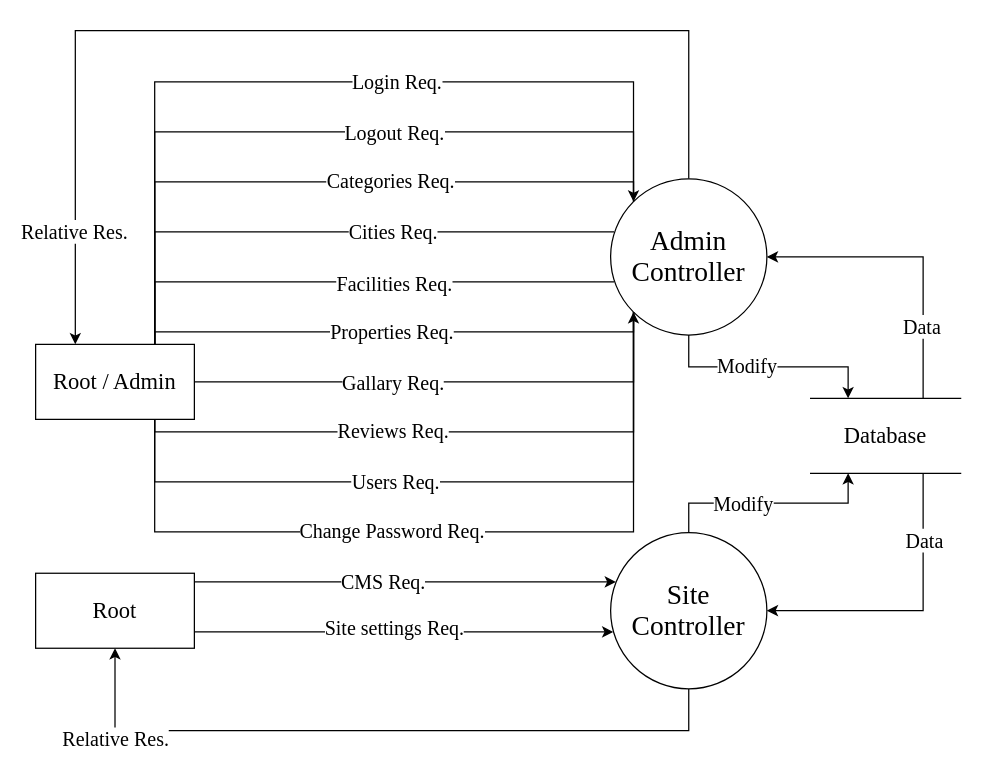
This is Documentation/diags/Diagrams/root_1.drawio from Suzuki0916/Real_Estate_Site, a draw.io file, before an edit. Source tidied: cells renumbered, new cells numbered last; positions are measured from the earlier drawing's top-left corner, leaving out a move shared by most shapes. Both pictures are drawn from the tidied source at 125%, with x=0, y=0 at pixel (35, 30).
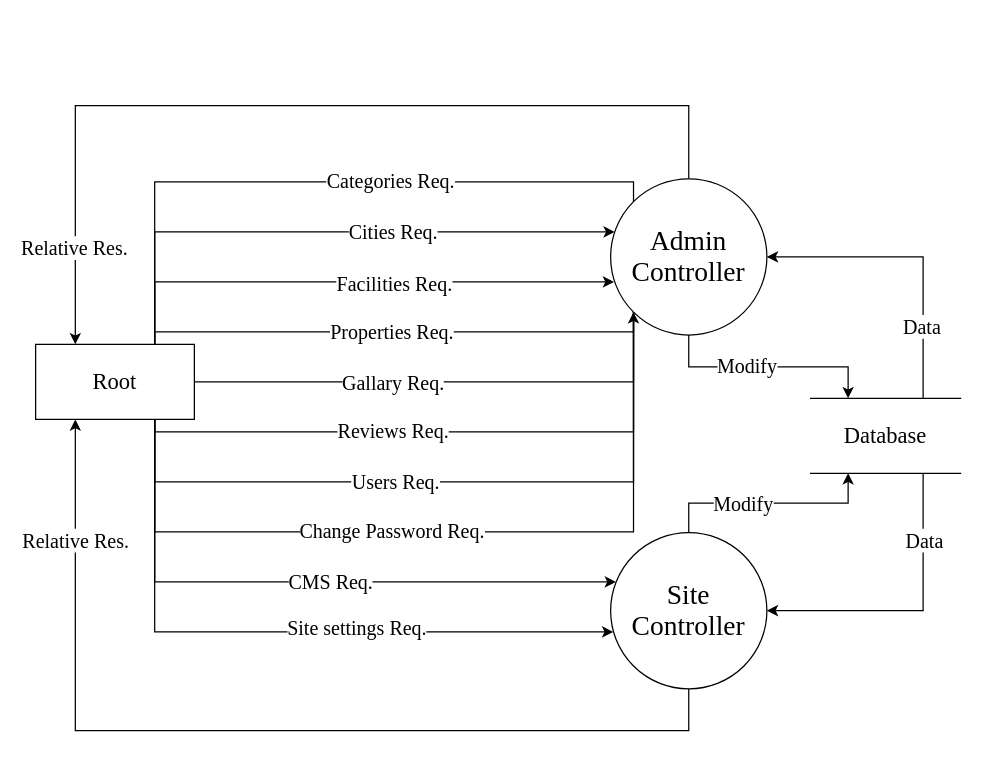
After the change.

Unchanged cells that the change refers to:
```xml
<mxCell id="6" value="&lt;p&gt;&lt;span style=&quot;font-size: 22px ; line-height: 1.1&quot;&gt;Admin Controller&lt;/span&gt;&lt;/p&gt;" style="ellipse;whiteSpace=wrap;html=1;shadow=0;sketch=0;rotation=0;fontFamily=Times New Roman;" parent="1" vertex="1">
  <mxGeometry x="460" y="118.5" width="125" height="125" as="geometry" />
</mxCell>
<mxCell id="17" value="&lt;p&gt;&lt;span style=&quot;font-size: 22px ; line-height: 1.1&quot;&gt;Site Controller&lt;/span&gt;&lt;/p&gt;" style="ellipse;whiteSpace=wrap;html=1;shadow=0;sketch=0;rotation=0;fontFamily=Times New Roman;" parent="1" vertex="1">
  <mxGeometry x="460" y="401.6" width="125" height="125" as="geometry" />
</mxCell>
```

What changed in the source:
```diff
@@
     <mxCell id="4" style="edgeStyle=elbowEdgeStyle;rounded=0;sketch=0;jumpStyle=none;jumpSize=6;jettySize=auto;elbow=vertical;html=1;shadow=0;fontSize=16;endArrow=classic;endFill=1;strokeColor=default;strokeWidth=1;entryX=0.25;entryY=0;entryDx=0;entryDy=0;fontFamily=Times New Roman;" parent="1" edge="1" source="6" target="7">
       <mxGeometry relative="1" as="geometry">
         <Array as="points">
+          <mxPoint x="286" y="60" />
+          <mxPoint x="306" y="80" />
+          <mxPoint x="336" y="40" />
           <mxPoint x="426" />
         </Array>
       </mxGeometry>
     </mxCell>
@@
-    <mxCell id="7" value="&lt;font style=&quot;font-size: 18px&quot;&gt;Root / Admin&lt;/font&gt;" style="rounded=0;whiteSpace=wrap;html=1;fontFamily=Times New Roman;" parent="1" vertex="1">
+    <mxCell id="7" value="&lt;font style=&quot;font-size: 18px&quot;&gt;Root&lt;/font&gt;" style="rounded=0;whiteSpace=wrap;html=1;fontFamily=Times New Roman;" parent="1" vertex="1">
       <mxGeometry y="251" width="127" height="60" as="geometry" />
     </mxCell>
@@
-    <mxCell id="15" style="edgeStyle=elbowEdgeStyle;rounded=0;sketch=0;jumpStyle=none;jumpSize=6;jettySize=auto;elbow=vertical;html=1;shadow=0;fontSize=16;endArrow=classic;endFill=1;strokeColor=default;strokeWidth=1;fontFamily=Times New Roman;" parent="1" edge="1" source="17" target="42">
+    <mxCell id="15" style="edgeStyle=elbowEdgeStyle;rounded=0;sketch=0;jumpStyle=none;jumpSize=6;jettySize=auto;elbow=vertical;html=1;shadow=0;fontSize=16;endArrow=classic;endFill=1;strokeColor=default;strokeWidth=1;fontFamily=Times New Roman;entryX=0.25;entryY=1;entryDx=0;entryDy=0;" parent="1" edge="1" source="17" target="7">
       <mxGeometry relative="1" as="geometry">
         <Array as="points">
+          <mxPoint x="296" y="560" />
           <mxPoint x="186" y="560" />
         </Array>
       </mxGeometry>
     </mxCell>
@@
-    <mxCell id="18" style="edgeStyle=elbowEdgeStyle;rounded=0;sketch=0;jumpStyle=none;jumpSize=6;jettySize=auto;html=1;shadow=0;fontSize=16;endArrow=classic;endFill=1;strokeColor=default;strokeWidth=1;elbow=vertical;entryX=0;entryY=0;entryDx=0;entryDy=0;exitX=0.75;exitY=0;exitDx=0;exitDy=0;fontFamily=Times New Roman;" parent="1" edge="1" source="7" target="6">
-      <mxGeometry relative="1" as="geometry">
-        <Array as="points">
-          <mxPoint x="300" y="41" />
-        </Array>
-      </mxGeometry>
-    </mxCell>
-    <mxCell id="19" value="Login Req." style="edgeLabel;html=1;align=center;verticalAlign=middle;fontSize=16;fontFamily=Times New Roman;" parent="18" vertex="1">
-      <mxGeometry x="0.13" y="1" relative="1" as="geometry">
-        <mxPoint x="14" as="offset" />
-      </mxGeometry>
-    </mxCell>
-    <mxCell id="20" style="edgeStyle=elbowEdgeStyle;rounded=0;sketch=0;jumpStyle=none;jumpSize=6;jettySize=auto;elbow=vertical;html=1;entryX=0.022;entryY=0.334;entryDx=0;entryDy=0;shadow=0;fontSize=16;endArrow=none;endFill=0;strokeColor=default;strokeWidth=1;exitX=0.75;exitY=0;exitDx=0;exitDy=0;entryPerimeter=0;fontFamily=Times New Roman;" parent="1" edge="1" source="7" target="6">
+    <mxCell id="20" style="edgeStyle=elbowEdgeStyle;rounded=0;sketch=0;jumpStyle=none;jumpSize=6;jettySize=auto;elbow=vertical;html=1;shadow=0;fontSize=16;endArrow=classic;endFill=1;strokeColor=default;strokeWidth=1;exitX=0.75;exitY=0;exitDx=0;exitDy=0;fontFamily=Times New Roman;" parent="1" edge="1" source="7" target="6">
       <mxGeometry relative="1" as="geometry">
         <Array as="points">
           <mxPoint x="300" y="161" />
         </Array>
       </mxGeometry>
     </mxCell>
@@
-    <mxCell id="24" style="edgeStyle=elbowEdgeStyle;rounded=0;sketch=0;jumpStyle=none;jumpSize=6;jettySize=auto;elbow=vertical;html=1;entryX=0.022;entryY=0.663;entryDx=0;entryDy=0;shadow=0;fontSize=16;endArrow=none;endFill=0;strokeColor=default;strokeWidth=1;exitX=0.75;exitY=0;exitDx=0;exitDy=0;entryPerimeter=0;fontFamily=Times New Roman;" parent="1" edge="1" source="7" target="6">
+    <mxCell id="24" style="edgeStyle=elbowEdgeStyle;rounded=0;sketch=0;jumpStyle=none;jumpSize=6;jettySize=auto;elbow=vertical;html=1;entryX=0.022;entryY=0.663;entryDx=0;entryDy=0;shadow=0;fontSize=16;endArrow=classic;endFill=1;strokeColor=default;strokeWidth=1;exitX=0.75;exitY=0;exitDx=0;exitDy=0;entryPerimeter=0;fontFamily=Times New Roman;" parent="1" edge="1" source="7" target="6">
       <mxGeometry relative="1" as="geometry">
         <Array as="points">
           <mxPoint x="310" y="201" />
         </Array>
       </mxGeometry>
     </mxCell>
@@
-    <mxCell id="36" style="edgeStyle=elbowEdgeStyle;rounded=0;sketch=0;jumpStyle=none;jumpSize=6;jettySize=auto;elbow=vertical;html=1;entryX=0.034;entryY=0.312;entryDx=0;entryDy=0;shadow=0;fontSize=16;endArrow=classic;endFill=1;strokeColor=default;strokeWidth=1;entryPerimeter=0;fontFamily=Times New Roman;" parent="1" edge="1" source="42" target="17">
+    <mxCell id="36" style="edgeStyle=elbowEdgeStyle;rounded=0;sketch=0;jumpStyle=none;jumpSize=6;jettySize=auto;elbow=vertical;html=1;entryX=0.034;entryY=0.312;entryDx=0;entryDy=0;shadow=0;fontSize=16;endArrow=classic;endFill=1;strokeColor=default;strokeWidth=1;entryPerimeter=0;fontFamily=Times New Roman;exitX=0.75;exitY=1;exitDx=0;exitDy=0;" parent="1" edge="1" source="7" target="17">
       <mxGeometry relative="1" as="geometry">
         <Array as="points">
           <mxPoint x="340" y="441" />
         </Array>
       </mxGeometry>
     </mxCell>
@@
-    <mxCell id="38" style="edgeStyle=elbowEdgeStyle;rounded=0;sketch=0;jumpStyle=none;jumpSize=6;jettySize=auto;elbow=vertical;html=1;entryX=0.017;entryY=0.633;entryDx=0;entryDy=0;shadow=0;fontSize=16;endArrow=classic;endFill=1;strokeColor=default;strokeWidth=1;exitX=0.75;exitY=1;exitDx=0;exitDy=0;entryPerimeter=0;startArrow=none;fontFamily=Times New Roman;" parent="1" edge="1" source="42" target="17">
+    <mxCell id="38" style="edgeStyle=elbowEdgeStyle;rounded=0;sketch=0;jumpStyle=none;jumpSize=6;jettySize=auto;elbow=vertical;html=1;entryX=0.017;entryY=0.633;entryDx=0;entryDy=0;shadow=0;fontSize=16;endArrow=classic;endFill=1;strokeColor=default;strokeWidth=1;exitX=0.75;exitY=1;exitDx=0;exitDy=0;entryPerimeter=0;startArrow=none;fontFamily=Times New Roman;" parent="1" edge="1" source="7" target="17">
       <mxGeometry relative="1" as="geometry">
         <Array as="points">
           <mxPoint x="350" y="481" />
         </Array>
       </mxGeometry>
     </mxCell>
@@
-    <mxCell id="40" style="edgeStyle=elbowEdgeStyle;rounded=0;sketch=0;jumpStyle=none;jumpSize=6;jettySize=auto;html=1;shadow=0;fontSize=16;endArrow=none;endFill=0;strokeColor=default;strokeWidth=1;elbow=vertical;entryX=0;entryY=0;entryDx=0;entryDy=0;exitX=0.75;exitY=0;exitDx=0;exitDy=0;fontFamily=Times New Roman;" parent="1" edge="1" source="7" target="6">
-      <mxGeometry relative="1" as="geometry">
-        <Array as="points">
-          <mxPoint x="290" y="81" />
-          <mxPoint x="310" y="91" />
-        </Array>
-      </mxGeometry>
-    </mxCell>
-    <mxCell id="41" value="Logout Req." style="edgeLabel;html=1;align=center;verticalAlign=middle;fontSize=16;fontFamily=Times New Roman;" parent="40" vertex="1">
-      <mxGeometry x="0.09" relative="1" as="geometry">
-        <mxPoint x="29" as="offset" />
-      </mxGeometry>
-    </mxCell>
-    <mxCell id="42" value="&lt;font style=&quot;font-size: 18px&quot;&gt;Root&lt;/font&gt;" style="rounded=0;whiteSpace=wrap;html=1;fontFamily=Times New Roman;" parent="1" vertex="1">
-      <mxGeometry y="434.1" width="127" height="60" as="geometry" />
-    </mxCell>
```
